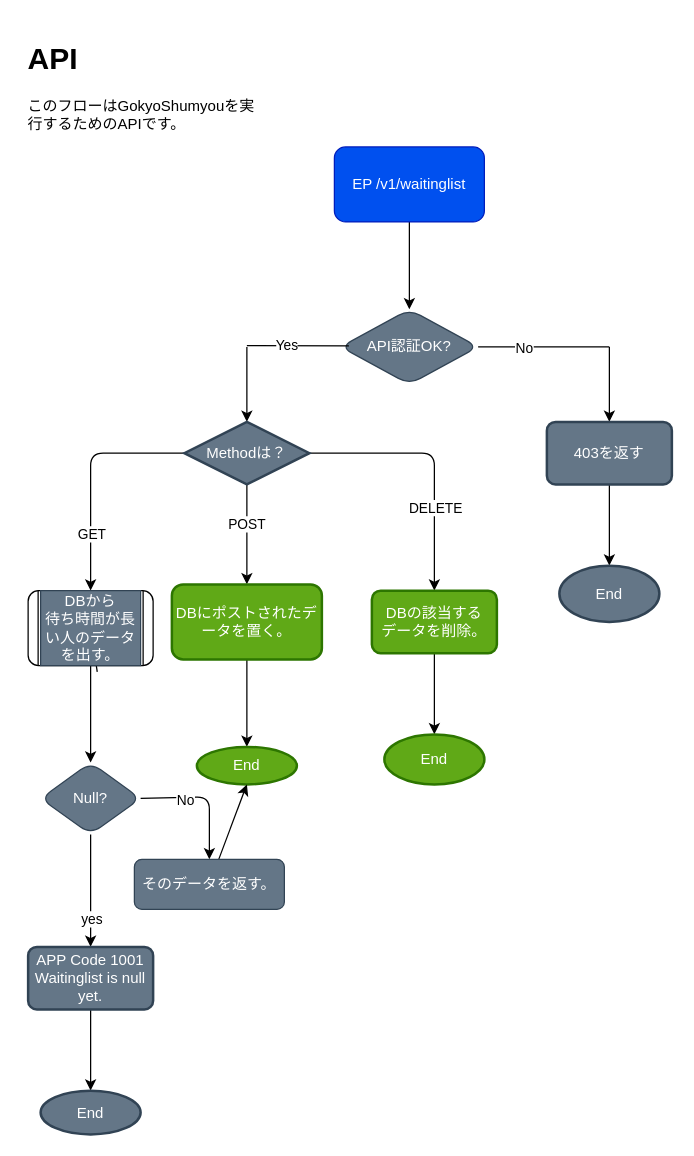
Before: waitinglist_flow.drawio in UniPro-tech/GokyoShumyou-Server, a draw.io diagram. Source tidied: cells renumbered, new cells numbered last; positions are measured from the earlier drawing's top-left corner, leaving out a move shared by most shapes. Both pictures are drawn from the tidied source at 125%, with x=0, y=0 at pixel (21, 34).
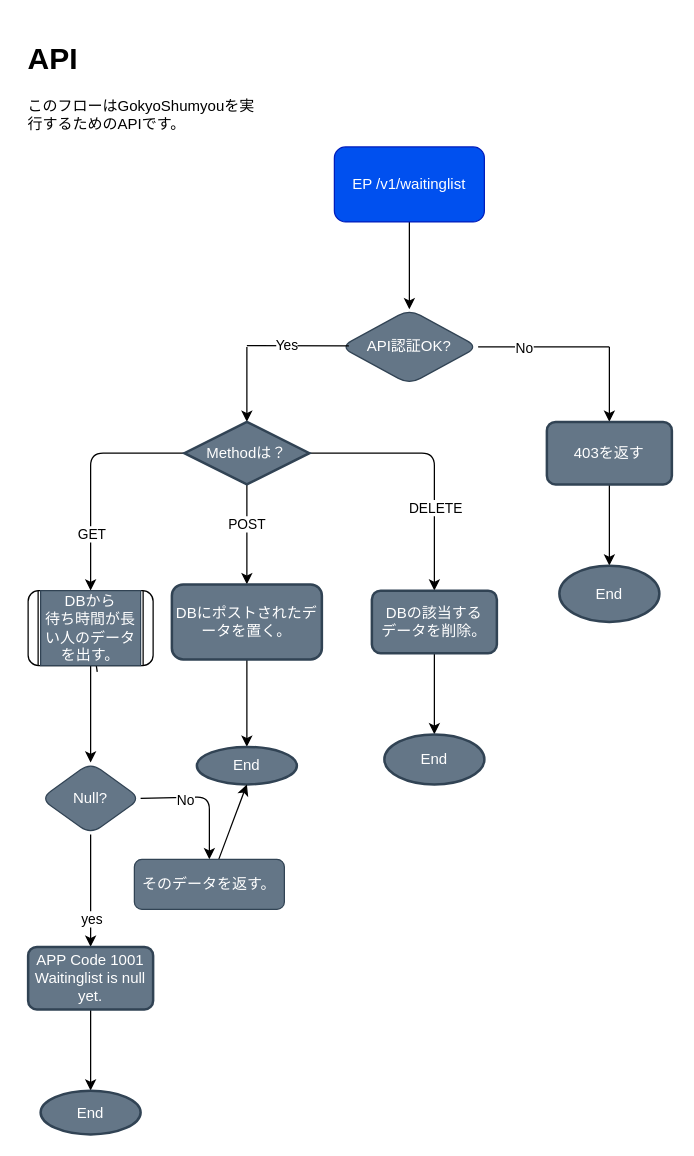
The same diagram, later.

Commit message (it also covers changes not shown here):
✨ DELETEメソッドの実装。

The edit, as a diff of the source:
```diff
@@
-    <mxCell id="23" value="DBにポストされたデータを置く。" style="whiteSpace=wrap;html=1;fillColor=#60a917;strokeColor=#2D7600;fontColor=#ffffff;strokeWidth=2;rounded=1;" parent="1" vertex="1">
+    <mxCell id="23" value="DBにポストされたデータを置く。" style="whiteSpace=wrap;html=1;fillColor=#647687;strokeColor=#314354;fontColor=#ffffff;strokeWidth=2;rounded=1;" parent="1" vertex="1">
       <mxGeometry x="120" y="440" width="120" height="60" as="geometry" />
     </mxCell>
-    <mxCell id="24" value="End" style="ellipse;whiteSpace=wrap;html=1;fillColor=#60a917;strokeColor=#2D7600;fontColor=#ffffff;strokeWidth=2;" parent="1" vertex="1">
+    <mxCell id="24" value="End" style="ellipse;whiteSpace=wrap;html=1;fillColor=#647687;strokeColor=#314354;fontColor=#ffffff;strokeWidth=2;" parent="1" vertex="1">
       <mxGeometry x="140" y="570" width="80" height="30" as="geometry" />
     </mxCell>
@@
-    <mxCell id="26" value="DBの該当する&lt;br&gt;データを削除。" style="rounded=1;whiteSpace=wrap;html=1;absoluteArcSize=1;arcSize=14;strokeWidth=2;fillColor=#60a917;fontColor=#ffffff;strokeColor=#2D7600;" parent="1" vertex="1">
+    <mxCell id="26" value="DBの該当する&lt;br&gt;データを削除。" style="rounded=1;whiteSpace=wrap;html=1;absoluteArcSize=1;arcSize=14;strokeWidth=2;fillColor=#647687;fontColor=#ffffff;strokeColor=#314354;" parent="1" vertex="1">
       <mxGeometry x="280" y="445" width="100" height="50" as="geometry" />
     </mxCell>
-    <mxCell id="27" value="End" style="ellipse;whiteSpace=wrap;html=1;fillColor=#60a917;strokeColor=#2D7600;fontColor=#ffffff;rounded=1;arcSize=14;strokeWidth=2;" parent="1" vertex="1">
+    <mxCell id="27" value="End" style="ellipse;whiteSpace=wrap;html=1;fillColor=#647687;strokeColor=#314354;fontColor=#ffffff;rounded=1;arcSize=14;strokeWidth=2;" parent="1" vertex="1">
       <mxGeometry x="290" y="560" width="80" height="40" as="geometry" />
     </mxCell>
```
